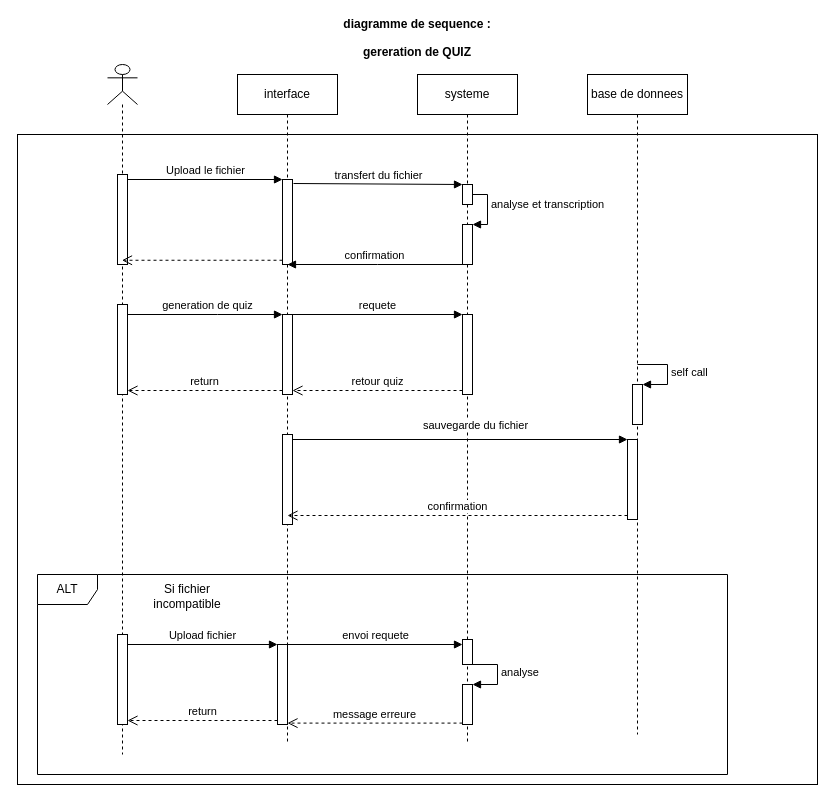
Above: resource/diagrammes uml . MAEL/sequence diagramme MAEL.drawio in OIC-Bafoussam/revise-ai (draw.io), before the change. Source tidied: cells renumbered, new cells numbered last; positions are measured from the earlier drawing's top-left corner, leaving out a move shared by most shapes. Both pictures are drawn from the tidied source at 100%, with x=0, y=0 at pixel (17, 24).
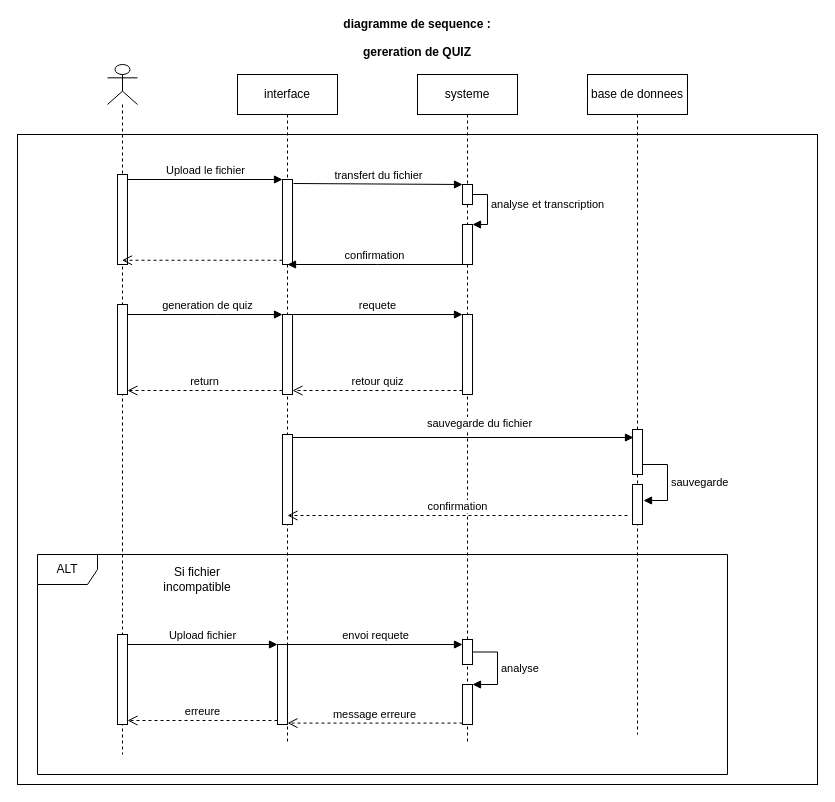
The same diagram, later.

Unchanged cells that the change refers to:
```xml
<mxCell id="9" style="html=1;points=[];perimeter=orthogonalPerimeter;" parent="6" vertex="1">
  <mxGeometry x="45" y="360" width="10" height="90" as="geometry" />
</mxCell>
<mxCell id="18" value="base de donnees" style="shape=umlLifeline;perimeter=lifelinePerimeter;whiteSpace=wrap;html=1;" parent="1" vertex="1">
  <mxGeometry x="570" y="50" width="100" height="660" as="geometry" />
</mxCell>
<mxCell id="30" style="html=1;points=[];perimeter=orthogonalPerimeter;" parent="1" vertex="1">
  <mxGeometry x="260" y="620" width="10" height="80" as="geometry" />
</mxCell>
<mxCell id="33" style="html=1;points=[];perimeter=orthogonalPerimeter;" parent="1" vertex="1">
  <mxGeometry x="100" y="610" width="10" height="90" as="geometry" />
</mxCell>
<mxCell id="36" style="html=1;points=[];perimeter=orthogonalPerimeter;" parent="1" vertex="1">
  <mxGeometry x="445" y="615" width="10" height="25" as="geometry" />
</mxCell>
<mxCell id="37" style="html=1;points=[];perimeter=orthogonalPerimeter;" parent="1" vertex="1">
  <mxGeometry x="445" y="660" width="10" height="40" as="geometry" />
</mxCell>
```

What changed in the source:
```diff
@@
+    <mxCell id="41" style="html=1;points=[];perimeter=orthogonalPerimeter;" parent="18" vertex="1">
+      <mxGeometry x="45" y="355" width="10" height="45" as="geometry" />
+    </mxCell>
+    <mxCell id="42" style="html=1;points=[];perimeter=orthogonalPerimeter;" parent="18" vertex="1">
+      <mxGeometry x="45" y="410" width="10" height="40" as="geometry" />
+    </mxCell>
+    <mxCell id="43" value="sauvegarde" style="edgeStyle=orthogonalEdgeStyle;html=1;align=left;spacingLeft=2;endArrow=block;rounded=0;entryX=1.1;entryY=0.4;entryDx=0;entryDy=0;entryPerimeter=0;" parent="18" edge="1" target="42">
+      <mxGeometry relative="1" as="geometry">
+        <mxPoint x="55" y="390" as="sourcePoint" />
+        <Array as="points">
+          <mxPoint x="80" y="390" />
+          <mxPoint x="80" y="426" />
+        </Array>
+      </mxGeometry>
+    </mxCell>
@@
-    <mxCell id="25" style="html=1;points=[];perimeter=orthogonalPerimeter;" parent="1" vertex="1">
-      <mxGeometry x="610" y="415" width="10" height="80" as="geometry" />
-    </mxCell>
-    <mxCell id="26" value="sauvegarde du fichier" style="html=1;verticalAlign=bottom;endArrow=block;entryX=0;entryY=0;rounded=0;" parent="1" edge="1" source="9" target="25">
+    <mxCell id="26" value="sauvegarde du fichier" style="html=1;verticalAlign=bottom;endArrow=block;entryX=0.1;entryY=0.178;rounded=0;entryDx=0;entryDy=0;entryPerimeter=0;" parent="1" edge="1" source="9" target="41">
       <mxGeometry x="0.1" y="5" relative="1" as="geometry">
         <mxPoint x="-1" as="offset" />
       </mxGeometry>
     </mxCell>
-    <mxCell id="27" value="confirmation" style="html=1;verticalAlign=bottom;endArrow=open;dashed=1;endSize=8;exitX=0;exitY=0.95;rounded=0;" parent="1" edge="1" source="25">
+    <mxCell id="27" value="confirmation" style="html=1;verticalAlign=bottom;endArrow=open;dashed=1;endSize=8;exitX=0;exitY=0.95;rounded=0;" parent="1" edge="1">
       <mxGeometry relative="1" as="geometry">
+        <mxPoint x="610" y="491" as="sourcePoint" />
         <mxPoint x="270" y="491" as="targetPoint" />
       </mxGeometry>
     </mxCell>
     <mxCell id="28" value="ALT" style="shape=umlFrame;whiteSpace=wrap;html=1;" parent="1" vertex="1">
-      <mxGeometry x="20" y="550" width="690" height="200" as="geometry" />
+      <mxGeometry x="20" y="530" width="690" height="220" as="geometry" />
     </mxCell>
     <mxCell id="29" value="Si fichier incompatible" style="text;html=1;strokeColor=none;fillColor=none;align=center;verticalAlign=middle;whiteSpace=wrap;rounded=0;" parent="1" vertex="1">
-      <mxGeometry x="140" y="557" width="60" height="30" as="geometry" />
+      <mxGeometry x="150" y="540" width="60" height="30" as="geometry" />
     </mxCell>
@@
-    <mxCell id="32" value="return" style="html=1;verticalAlign=bottom;endArrow=open;dashed=1;endSize=8;exitX=0;exitY=0.95;rounded=0;" parent="1" edge="1" source="30" target="33">
+    <mxCell id="32" value="erreure" style="html=1;verticalAlign=bottom;endArrow=open;dashed=1;endSize=8;exitX=0;exitY=0.95;rounded=0;" parent="1" edge="1" source="30" target="33">
       <mxGeometry relative="1" as="geometry" />
     </mxCell>
@@
-    <mxCell id="34" style="html=1;points=[];perimeter=orthogonalPerimeter;" parent="1" vertex="1">
-      <mxGeometry x="615" y="360" width="10" height="40" as="geometry" />
-    </mxCell>
-    <mxCell id="35" value="self call" style="edgeStyle=orthogonalEdgeStyle;html=1;align=left;spacingLeft=2;endArrow=block;rounded=0;entryX=1;entryY=0;" parent="1" edge="1" target="34">
-      <mxGeometry relative="1" as="geometry">
-        <mxPoint x="620" y="340" as="sourcePoint" />
-        <Array as="points">
-          <mxPoint x="650" y="340" />
-        </Array>
-      </mxGeometry>
-    </mxCell>
@@
-    <mxCell id="38" value="analyse" style="edgeStyle=orthogonalEdgeStyle;html=1;align=left;spacingLeft=2;endArrow=block;rounded=0;entryX=1;entryY=0;" parent="1" edge="1" target="37">
+    <mxCell id="38" value="analyse" style="edgeStyle=orthogonalEdgeStyle;html=1;align=left;spacingLeft=2;endArrow=block;rounded=0;entryX=1;entryY=0;" parent="1" edge="1" source="36" target="37">
       <mxGeometry relative="1" as="geometry">
-        <mxPoint x="450" y="640" as="sourcePoint" />
         <Array as="points">
-          <mxPoint x="480" y="640" />
+          <mxPoint x="480" y="628" />
+          <mxPoint x="480" y="660" />
         </Array>
       </mxGeometry>
     </mxCell>
```
